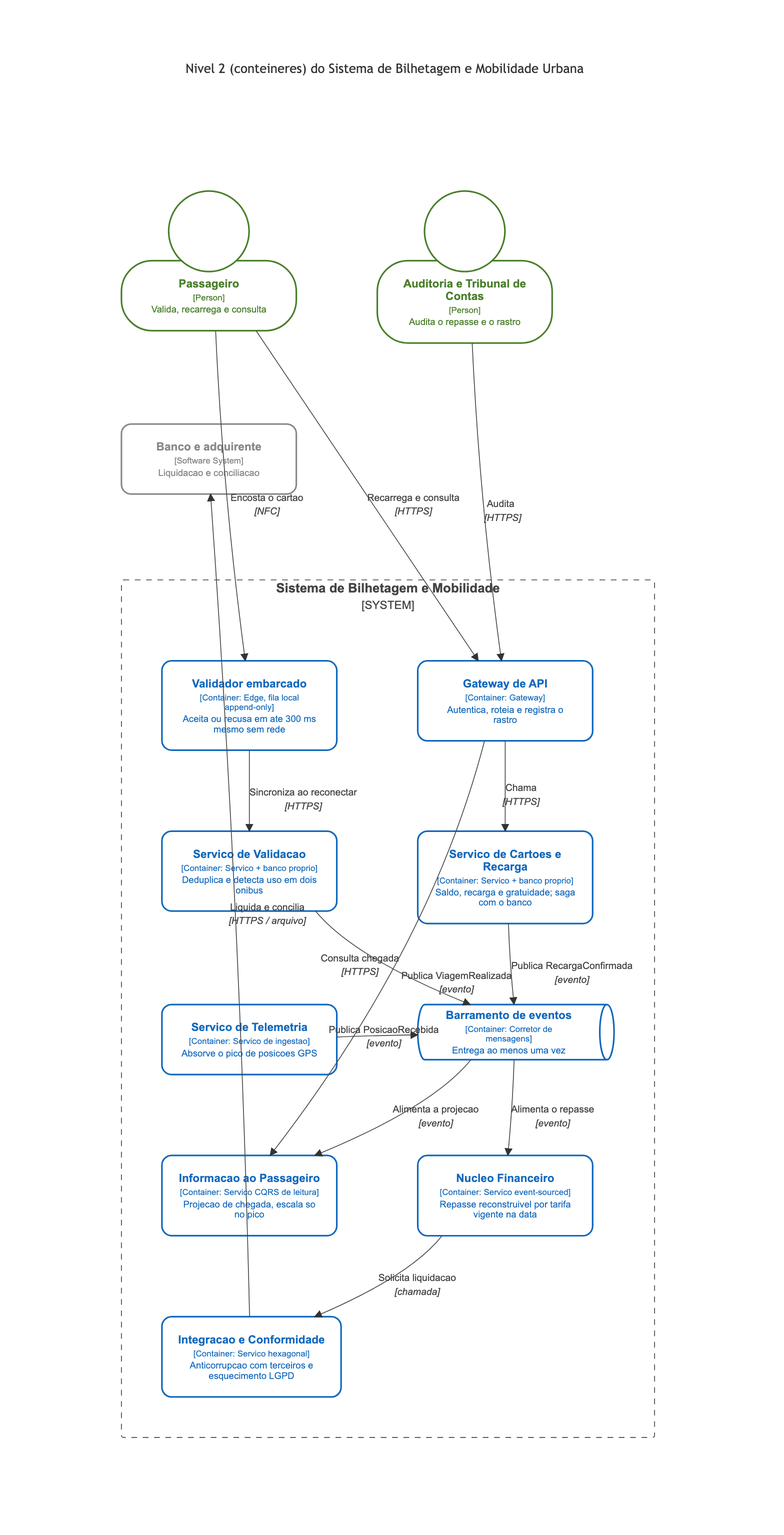
Before: 2-arquitetura/c4-conteineres.png, a diagram exported from Mermaid (matheuspolizinani/atividade-arq-software). Its source is kept beside it as 2-arquitetura/c4-conteineres.mmd.
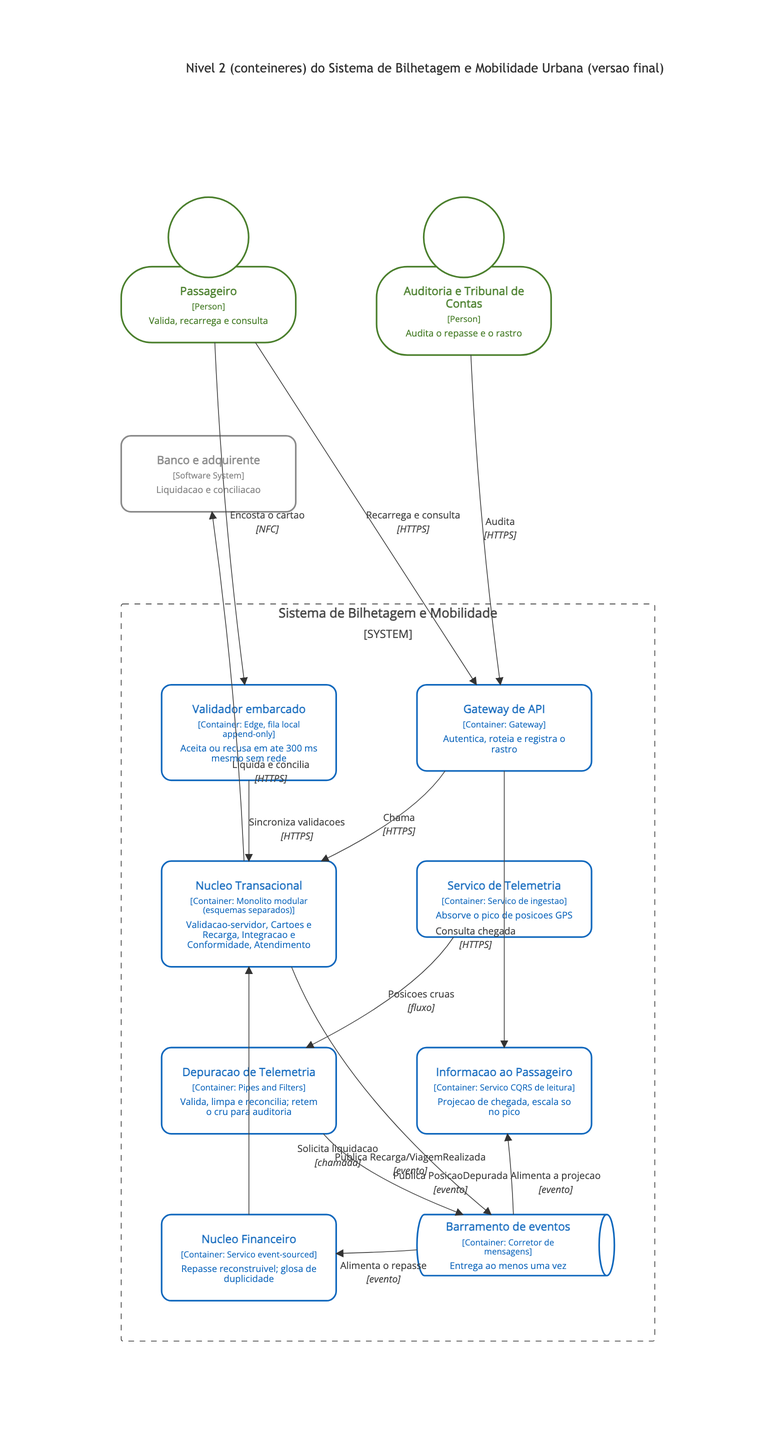
Later version of the same file.

What changed in the source:
```diff
@@ -1,5 +1,5 @@
 C4Container
-    title Nivel 2 (conteineres) do Sistema de Bilhetagem e Mobilidade Urbana
+    title Nivel 2 (conteineres) do Sistema de Bilhetagem e Mobilidade Urbana (versao final)
 
     Person(passageiro, "Passageiro", "Valida, recarrega e consulta")
     Person(auditoria, "Auditoria e Tribunal de Contas", "Audita o repasse e o rastro")
@@ -7,13 +7,12 @@
     System_Boundary(sistema, "Sistema de Bilhetagem e Mobilidade") {
         Container(validador, "Validador embarcado", "Edge, fila local append-only", "Aceita ou recusa em ate 300 ms mesmo sem rede")
         Container(gateway, "Gateway de API", "Gateway", "Autentica, roteia e registra o rastro")
-        Container(validacao, "Servico de Validacao", "Servico + banco proprio", "Deduplica e detecta uso em dois onibus")
-        Container(cartoes, "Servico de Cartoes e Recarga", "Servico + banco proprio", "Saldo, recarga e gratuidade; saga com o banco")
+        Container(nucleo, "Nucleo Transacional", "Monolito modular (esquemas separados)", "Validacao-servidor, Cartoes e Recarga, Integracao e Conformidade, Atendimento")
         Container(telemetria, "Servico de Telemetria", "Servico de ingestao", "Absorve o pico de posicoes GPS")
+        Container(pipeline, "Depuracao de Telemetria", "Pipes and Filters", "Valida, limpa e reconcilia; retem o cru para auditoria")
+        Container(info, "Informacao ao Passageiro", "Servico CQRS de leitura", "Projecao de chegada, escala so no pico")
+        Container(financeiro, "Nucleo Financeiro", "Servico event-sourced", "Repasse reconstruivel; glosa de duplicidade")
         ContainerQueue(barramento, "Barramento de eventos", "Corretor de mensagens", "Entrega ao menos uma vez")
-        Container(info, "Informacao ao Passageiro", "Servico CQRS de leitura", "Projecao de chegada, escala so no pico")
-        Container(financeiro, "Nucleo Financeiro", "Servico event-sourced", "Repasse reconstruivel por tarifa vigente na data")
-        Container(integracao, "Integracao e Conformidade", "Servico hexagonal", "Anticorrupcao com terceiros e esquecimento LGPD")
     }
 
     System_Ext(banco, "Banco e adquirente", "Liquidacao e conciliacao")
@@ -21,30 +20,32 @@
     Rel_D(passageiro, gateway, "Recarrega e consulta", "HTTPS")
     Rel_D(passageiro, validador, "Encosta o cartao", "NFC")
     Rel_D(auditoria, gateway, "Audita", "HTTPS")
-    Rel_D(validador, validacao, "Sincroniza ao reconectar", "HTTPS")
-    Rel_D(gateway, cartoes, "Chama", "HTTPS")
+    Rel_D(validador, nucleo, "Sincroniza validacoes", "HTTPS")
+    Rel_D(gateway, nucleo, "Chama", "HTTPS")
     Rel_D(gateway, info, "Consulta chegada", "HTTPS")
-    Rel_D(validacao, barramento, "Publica ViagemRealizada", "evento")
-    Rel_D(cartoes, barramento, "Publica RecargaConfirmada", "evento")
-    Rel_D(telemetria, barramento, "Publica PosicaoRecebida", "evento")
+    Rel_D(nucleo, barramento, "Publica Recarga/ViagemRealizada", "evento")
+    Rel_D(telemetria, pipeline, "Posicoes cruas", "fluxo")
+    Rel_D(pipeline, barramento, "Publica PosicaoDepurada", "evento")
     Rel_D(barramento, info, "Alimenta a projecao", "evento")
     Rel_D(barramento, financeiro, "Alimenta o repasse", "evento")
-    Rel_D(financeiro, integracao, "Solicita liquidacao", "chamada")
-    Rel_D(integracao, banco, "Liquida e concilia", "HTTPS / arquivo")
+    Rel_D(financeiro, nucleo, "Solicita liquidacao", "chamada")
+    Rel_D(nucleo, banco, "Liquida e concilia", "HTTPS")
 
     UpdateElementStyle(passageiro, $bgColor="#ffffff", $fontColor="#4a7f2c", $borderColor="#4a7f2c")
     UpdateElementStyle(auditoria, $bgColor="#ffffff", $fontColor="#4a7f2c", $borderColor="#4a7f2c")
     UpdateElementStyle(banco, $bgColor="#ffffff", $fontColor="#8a8a8a", $borderColor="#8a8a8a")
     UpdateElementStyle(validador, $bgColor="#ffffff", $fontColor="#1168bd", $borderColor="#1168bd")
     UpdateElementStyle(gateway, $bgColor="#ffffff", $fontColor="#1168bd", $borderColor="#1168bd")
-    UpdateElementStyle(validacao, $bgColor="#ffffff", $fontColor="#1168bd", $borderColor="#1168bd")
-    UpdateElementStyle(cartoes, $bgColor="#ffffff", $fontColor="#1168bd", $borderColor="#1168bd")
+    UpdateElementStyle(nucleo, $bgColor="#ffffff", $fontColor="#1168bd", $borderColor="#1168bd")
     UpdateElementStyle(telemetria, $bgColor="#ffffff", $fontColor="#1168bd", $borderColor="#1168bd")
-    UpdateElementStyle(barramento, $bgColor="#ffffff", $fontColor="#1168bd", $borderColor="#1168bd")
+    UpdateElementStyle(pipeline, $bgColor="#ffffff", $fontColor="#1168bd", $borderColor="#1168bd")
     UpdateElementStyle(info, $bgColor="#ffffff", $fontColor="#1168bd", $borderColor="#1168bd")
     UpdateElementStyle(financeiro, $bgColor="#ffffff", $fontColor="#1168bd", $borderColor="#1168bd")
-    UpdateElementStyle(integracao, $bgColor="#ffffff", $fontColor="#1168bd", $borderColor="#1168bd")
-    UpdateRelStyle(telemetria, barramento, $offsetX="-60", $offsetY="-10")
-    UpdateRelStyle(gateway, info, $offsetX="-70", $offsetY="10")
-    UpdateRelStyle(validacao, barramento, $offsetX="10", $offsetY="20")
+    UpdateElementStyle(barramento, $bgColor="#ffffff", $fontColor="#1168bd", $borderColor="#1168bd")
+    UpdateRelStyle(nucleo, banco, $offsetX="5", $offsetY="95")
+    UpdateRelStyle(gateway, info, $offsetX="-85", $offsetY="25")
+    UpdateRelStyle(financeiro, nucleo, $offsetX="60", $offsetY="70")
+    UpdateRelStyle(nucleo, barramento, $offsetX="-70", $offsetY="80")
+    UpdateRelStyle(barramento, financeiro, $offsetX="-45", $offsetY="15")
+    UpdateRelStyle(telemetria, pipeline, $offsetX="10", $offsetY="0")
     UpdateLayoutConfig($c4ShapeInRow="3", $c4BoundaryInRow="1")
```
